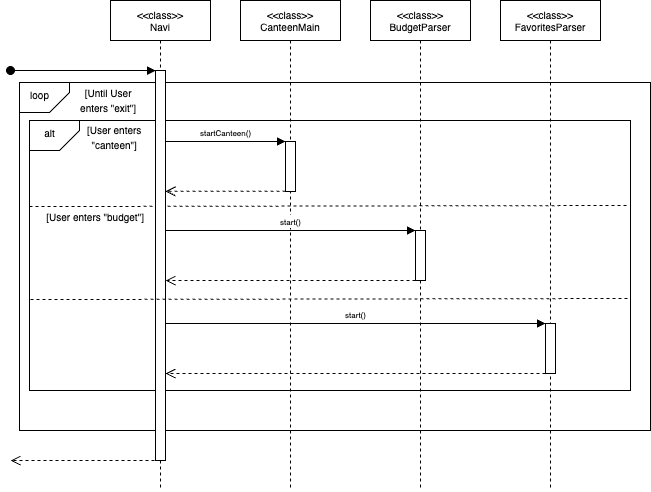
Before: docs/diagrams/NaviSequenceDiagram.drawio.png, a diagram exported from draw.io (AY2425S2-CS2113-W12-2/tp). Source tidied: cells renumbered, new cells last; positions are measured from the earlier drawing's top-left corner, leaving out a move shared by most shapes. Its diagram source:
```xml
<mxGraphModel>
  <root>
    <mxCell id="0" />
    <mxCell id="1" parent="0" />
    <mxCell id="2" style="rounded=0;whiteSpace=wrap;html=1;" parent="1" vertex="1">
      <mxGeometry x="9" y="82" width="631" height="348" as="geometry" />
    </mxCell>
    <mxCell id="3" style="rounded=0;whiteSpace=wrap;html=1;" parent="1" vertex="1">
      <mxGeometry x="19" y="120" width="601" height="270" as="geometry" />
    </mxCell>
    <mxCell id="4" style="endArrow=none;dashed=1;html=1;rounded=0;entryX=1;entryY=0.457;entryDx=0;entryDy=0;entryPerimeter=0;exitX=0.004;exitY=0.461;exitDx=0;exitDy=0;exitPerimeter=0;" parent="1" edge="1">
      <mxGeometry relative="1" as="geometry">
        <mxPoint x="19" y="206.1" as="sourcePoint" />
        <mxPoint x="617.6" y="205" as="targetPoint" />
      </mxGeometry>
    </mxCell>
    <mxCell id="5" value="&lt;div style=&quot;line-height: 100%;&quot;&gt;&lt;div&gt;&lt;font style=&quot;font-size: 10px; line-height: 100%;&quot;&gt;&amp;lt;&amp;lt;class&amp;gt;&amp;gt;&lt;/font&gt;&lt;/div&gt;&lt;font style=&quot;font-size: 10px; line-height: 100%;&quot;&gt;Navi&lt;/font&gt;&lt;/div&gt;" style="shape=umlLifeline;perimeter=lifelinePerimeter;whiteSpace=wrap;html=1;newEdgeStyle={&quot;edgeStyle&quot;:&quot;elbowEdgeStyle&quot;,&quot;elbow&quot;:&quot;vertical&quot;,&quot;curved&quot;:0,&quot;rounded&quot;:0};" parent="1" vertex="1">
      <mxGeometry x="100" width="100" height="490" as="geometry" />
    </mxCell>
    <mxCell id="6" style="html=1;points=[];perimeter=orthogonalPerimeter;outlineConnect=0;targetShapes=umlLifeline;portConstraint=eastwest;newEdgeStyle={&quot;edgeStyle&quot;:&quot;elbowEdgeStyle&quot;,&quot;elbow&quot;:&quot;vertical&quot;,&quot;curved&quot;:0,&quot;rounded&quot;:0};" parent="5" vertex="1">
      <mxGeometry x="45" y="70" width="10" height="390" as="geometry" />
    </mxCell>
    <mxCell id="7" style="html=1;verticalAlign=bottom;startArrow=oval;endArrow=block;startSize=8;edgeStyle=elbowEdgeStyle;elbow=vertical;curved=0;rounded=0;" parent="5" edge="1" target="6">
      <mxGeometry relative="1" as="geometry">
        <mxPoint x="-100" y="70" as="sourcePoint" />
      </mxGeometry>
    </mxCell>
    <mxCell id="8" value="&lt;div style=&quot;line-height: 100%;&quot;&gt;&lt;font style=&quot;font-size: 10px; line-height: 100%;&quot;&gt;&amp;lt;&amp;lt;class&amp;gt;&amp;gt;&lt;/font&gt;&lt;div&gt;&lt;font style=&quot;font-size: 10px; line-height: 100%;&quot;&gt;CanteenMain&lt;/font&gt;&lt;/div&gt;&lt;/div&gt;" style="shape=umlLifeline;perimeter=lifelinePerimeter;whiteSpace=wrap;html=1;newEdgeStyle={&quot;edgeStyle&quot;:&quot;elbowEdgeStyle&quot;,&quot;elbow&quot;:&quot;vertical&quot;,&quot;curved&quot;:0,&quot;rounded&quot;:0};size=40;" parent="1" vertex="1">
      <mxGeometry x="230" width="100" height="490" as="geometry" />
    </mxCell>
    <mxCell id="9" style="html=1;points=[];perimeter=orthogonalPerimeter;outlineConnect=0;targetShapes=umlLifeline;portConstraint=eastwest;newEdgeStyle={&quot;edgeStyle&quot;:&quot;elbowEdgeStyle&quot;,&quot;elbow&quot;:&quot;vertical&quot;,&quot;curved&quot;:0,&quot;rounded&quot;:0};" parent="8" vertex="1">
      <mxGeometry x="45" y="141" width="10" height="50" as="geometry" />
    </mxCell>
    <mxCell id="10" value="&lt;font style=&quot;font-size: 8px;&quot;&gt;startCanteen()&lt;/font&gt;" style="html=1;verticalAlign=bottom;endArrow=block;edgeStyle=elbowEdgeStyle;elbow=vertical;curved=0;rounded=0;" parent="1" edge="1" target="9">
      <mxGeometry relative="1" as="geometry">
        <mxPoint x="155" y="141" as="sourcePoint" />
        <Array as="points">
          <mxPoint x="210" y="141" />
        </Array>
      </mxGeometry>
    </mxCell>
    <mxCell id="11" style="html=1;verticalAlign=bottom;endArrow=open;dashed=1;endSize=8;edgeStyle=elbowEdgeStyle;elbow=vertical;curved=0;rounded=0;" parent="1" edge="1" source="9">
      <mxGeometry relative="1" as="geometry">
        <mxPoint x="155" y="191" as="targetPoint" />
      </mxGeometry>
    </mxCell>
    <mxCell id="12" style="shape=card;whiteSpace=wrap;html=1;rotation=90;flipV=0;flipH=1;size=20;" parent="1" vertex="1">
      <mxGeometry x="19" y="72" width="30" height="50" as="geometry" />
    </mxCell>
    <mxCell id="13" value="&lt;font style=&quot;font-size: 10px;&quot;&gt;loop&lt;/font&gt;" style="text;html=1;align=center;verticalAlign=middle;strokeColor=none;fillColor=none;" parent="1" vertex="1">
      <mxGeometry x="9" y="80" width="40" height="30" as="geometry" />
    </mxCell>
    <mxCell id="14" value="&lt;font style=&quot;font-size: 10px;&quot;&gt;&lt;font style=&quot;&quot;&gt;[Until User&amp;nbsp;&lt;/font&gt;&lt;/font&gt;&lt;div&gt;&lt;font style=&quot;font-size: 10px;&quot;&gt;&lt;font style=&quot;&quot;&gt;enters&amp;nbsp;&lt;/font&gt;&lt;span style=&quot;background-color: transparent; color: light-dark(rgb(0, 0, 0), rgb(255, 255, 255));&quot;&gt;&quot;exit&quot;]&amp;nbsp;&lt;/span&gt;&lt;/font&gt;&lt;/div&gt;" style="text;html=1;align=center;verticalAlign=middle;strokeColor=none;fillColor=none;" parent="1" vertex="1">
      <mxGeometry x="59" y="80" width="80" height="40" as="geometry" />
    </mxCell>
    <mxCell id="15" style="shape=card;whiteSpace=wrap;html=1;rotation=90;flipV=0;flipH=1;size=20;" parent="1" vertex="1">
      <mxGeometry x="29" y="110" width="30" height="50" as="geometry" />
    </mxCell>
    <mxCell id="16" value="&lt;font style=&quot;font-size: 10px;&quot;&gt;alt&lt;/font&gt;" style="text;html=1;align=center;verticalAlign=middle;strokeColor=none;fillColor=none;" parent="1" vertex="1">
      <mxGeometry x="24" y="118" width="30" height="30" as="geometry" />
    </mxCell>
    <mxCell id="17" value="&lt;font style=&quot;font-size: 10px;&quot;&gt;&lt;font style=&quot;&quot;&gt;[User enters&amp;nbsp;&lt;/font&gt;&lt;/font&gt;&lt;div&gt;&lt;font style=&quot;font-size: 10px;&quot;&gt;&lt;span style=&quot;background-color: transparent; color: light-dark(rgb(0, 0, 0), rgb(255, 255, 255));&quot;&gt;&quot;canteen&quot;]&amp;nbsp;&lt;/span&gt;&lt;/font&gt;&lt;/div&gt;" style="text;html=1;align=center;verticalAlign=middle;strokeColor=none;fillColor=none;" parent="1" vertex="1">
      <mxGeometry x="65" y="117" width="80" height="40" as="geometry" />
    </mxCell>
    <mxCell id="18" value="&lt;font style=&quot;font-size: 10px;&quot;&gt;&lt;font style=&quot;&quot;&gt;[User enters&amp;nbsp;&lt;/font&gt;&lt;span style=&quot;background-color: transparent; color: light-dark(rgb(0, 0, 0), rgb(255, 255, 255));&quot;&gt;&quot;budget&quot;]&amp;nbsp;&lt;/span&gt;&lt;/font&gt;" style="text;html=1;align=center;verticalAlign=middle;strokeColor=none;fillColor=none;" parent="1" vertex="1">
      <mxGeometry x="26" y="202" width="120" height="30" as="geometry" />
    </mxCell>
    <mxCell id="19" value="&lt;div style=&quot;line-height: 100%;&quot;&gt;&lt;font style=&quot;font-size: 10px; line-height: 100%;&quot;&gt;&amp;lt;&amp;lt;class&amp;gt;&amp;gt;&lt;/font&gt;&lt;div&gt;&lt;span style=&quot;font-size: 10px;&quot;&gt;BudgetParser&lt;/span&gt;&lt;/div&gt;&lt;/div&gt;" style="shape=umlLifeline;perimeter=lifelinePerimeter;whiteSpace=wrap;html=1;newEdgeStyle={&quot;edgeStyle&quot;:&quot;elbowEdgeStyle&quot;,&quot;elbow&quot;:&quot;vertical&quot;,&quot;curved&quot;:0,&quot;rounded&quot;:0};size=40;" parent="1" vertex="1">
      <mxGeometry x="360" width="100" height="490" as="geometry" />
    </mxCell>
    <mxCell id="20" style="html=1;perimeter=orthogonalPerimeter;targetShapes=umlLifeline;newEdgeStyle={&quot;edgeStyle&quot;:&quot;elbowEdgeStyle&quot;,&quot;elbow&quot;:&quot;vertical&quot;,&quot;curved&quot;:0,&quot;rounded&quot;:0};" parent="19" vertex="1">
      <mxGeometry x="45" y="230" width="10" height="50" as="geometry" />
    </mxCell>
    <mxCell id="21" style="endArrow=none;dashed=1;html=1;rounded=0;entryX=1;entryY=0.457;entryDx=0;entryDy=0;entryPerimeter=0;exitX=0.004;exitY=0.461;exitDx=0;exitDy=0;exitPerimeter=0;" parent="1" edge="1">
      <mxGeometry relative="1" as="geometry">
        <mxPoint x="20" y="299.1" as="sourcePoint" />
        <mxPoint x="618.6" y="298" as="targetPoint" />
      </mxGeometry>
    </mxCell>
    <mxCell id="22" value="&lt;font style=&quot;font-size: 8px;&quot;&gt;start()&lt;/font&gt;" style="html=1;verticalAlign=bottom;endArrow=block;edgeStyle=elbowEdgeStyle;elbow=vertical;curved=0;rounded=0;" parent="1" edge="1">
      <mxGeometry relative="1" as="geometry">
        <mxPoint x="155" y="230" as="sourcePoint" />
        <mxPoint x="405" y="230" as="targetPoint" />
        <Array as="points">
          <mxPoint x="245" y="230" />
        </Array>
      </mxGeometry>
    </mxCell>
    <mxCell id="23" style="html=1;verticalAlign=bottom;endArrow=open;dashed=1;endSize=8;edgeStyle=elbowEdgeStyle;elbow=vertical;curved=0;rounded=0;" parent="1" edge="1">
      <mxGeometry relative="1" as="geometry">
        <mxPoint x="405" y="280.1" as="sourcePoint" />
        <mxPoint x="155" y="280.1" as="targetPoint" />
      </mxGeometry>
    </mxCell>
    <mxCell id="24" value="&lt;div style=&quot;line-height: 100%;&quot;&gt;&lt;font style=&quot;font-size: 10px; line-height: 100%;&quot;&gt;&amp;lt;&amp;lt;class&amp;gt;&amp;gt;&lt;/font&gt;&lt;div&gt;&lt;span style=&quot;font-size: 10px;&quot;&gt;FavoritesParser&lt;/span&gt;&lt;/div&gt;&lt;/div&gt;" style="shape=umlLifeline;perimeter=lifelinePerimeter;whiteSpace=wrap;html=1;newEdgeStyle={&quot;edgeStyle&quot;:&quot;elbowEdgeStyle&quot;,&quot;elbow&quot;:&quot;vertical&quot;,&quot;curved&quot;:0,&quot;rounded&quot;:0};size=40;" parent="1" vertex="1">
      <mxGeometry x="490" width="100" height="490" as="geometry" />
    </mxCell>
    <mxCell id="25" style="html=1;points=[];perimeter=orthogonalPerimeter;outlineConnect=0;targetShapes=umlLifeline;portConstraint=eastwest;newEdgeStyle={&quot;edgeStyle&quot;:&quot;elbowEdgeStyle&quot;,&quot;elbow&quot;:&quot;vertical&quot;,&quot;curved&quot;:0,&quot;rounded&quot;:0};" parent="24" vertex="1">
      <mxGeometry x="45" y="323" width="10" height="50" as="geometry" />
    </mxCell>
    <mxCell id="26" value="&lt;font style=&quot;font-size: 8px;&quot;&gt;start()&lt;/font&gt;" style="html=1;verticalAlign=bottom;endArrow=block;edgeStyle=elbowEdgeStyle;elbow=vertical;curved=0;rounded=0;" parent="1" edge="1" target="25">
      <mxGeometry relative="1" as="geometry">
        <mxPoint x="155" y="323" as="sourcePoint" />
        <Array as="points">
          <mxPoint x="255" y="323" />
        </Array>
      </mxGeometry>
    </mxCell>
    <mxCell id="27" style="html=1;verticalAlign=bottom;endArrow=open;dashed=1;endSize=8;edgeStyle=elbowEdgeStyle;elbow=vertical;curved=0;rounded=0;" parent="1" edge="1">
      <mxGeometry relative="1" as="geometry">
        <mxPoint x="535" y="373" as="sourcePoint" />
        <mxPoint x="155" y="373" as="targetPoint" />
        <Array as="points">
          <mxPoint x="65" y="373" />
        </Array>
      </mxGeometry>
    </mxCell>
    <mxCell id="28" style="html=1;verticalAlign=bottom;endArrow=open;dashed=1;endSize=8;edgeStyle=elbowEdgeStyle;elbow=vertical;curved=0;rounded=0;" parent="1" edge="1">
      <mxGeometry relative="1" as="geometry">
        <mxPoint x="144" y="460" as="sourcePoint" />
        <mxPoint y="460" as="targetPoint" />
      </mxGeometry>
    </mxCell>
  </root>
</mxGraphModel>
```
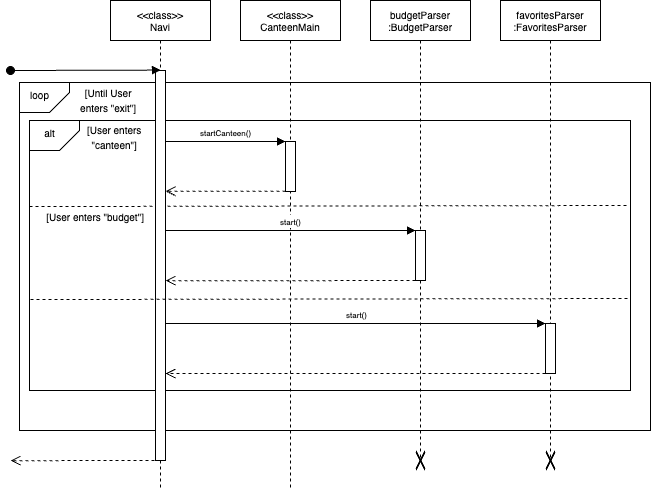
The same diagram one commit later.

Diff of the diagram source:
```diff
@@ -65,8 +65,8 @@
     <mxCell id="18" value="&lt;font style=&quot;font-size: 10px;&quot;&gt;&lt;font style=&quot;&quot;&gt;[User enters&amp;nbsp;&lt;/font&gt;&lt;span style=&quot;background-color: transparent; color: light-dark(rgb(0, 0, 0), rgb(255, 255, 255));&quot;&gt;&quot;budget&quot;]&amp;nbsp;&lt;/span&gt;&lt;/font&gt;" style="text;html=1;align=center;verticalAlign=middle;strokeColor=none;fillColor=none;" parent="1" vertex="1">
       <mxGeometry x="26" y="202" width="120" height="30" as="geometry" />
     </mxCell>
-    <mxCell id="19" value="&lt;div style=&quot;line-height: 100%;&quot;&gt;&lt;font style=&quot;font-size: 10px; line-height: 100%;&quot;&gt;&amp;lt;&amp;lt;class&amp;gt;&amp;gt;&lt;/font&gt;&lt;div&gt;&lt;span style=&quot;font-size: 10px;&quot;&gt;BudgetParser&lt;/span&gt;&lt;/div&gt;&lt;/div&gt;" style="shape=umlLifeline;perimeter=lifelinePerimeter;whiteSpace=wrap;html=1;newEdgeStyle={&quot;edgeStyle&quot;:&quot;elbowEdgeStyle&quot;,&quot;elbow&quot;:&quot;vertical&quot;,&quot;curved&quot;:0,&quot;rounded&quot;:0};size=40;" parent="1" vertex="1">
-      <mxGeometry x="360" width="100" height="490" as="geometry" />
+    <mxCell id="19" value="&lt;div style=&quot;line-height: 100%;&quot;&gt;&lt;div&gt;&lt;span style=&quot;font-size: 10px;&quot;&gt;budgetParser&lt;/span&gt;&lt;/div&gt;&lt;div&gt;&lt;span style=&quot;font-size: 10px;&quot;&gt;:BudgetParser&lt;/span&gt;&lt;/div&gt;&lt;/div&gt;" style="shape=umlLifeline;perimeter=lifelinePerimeter;whiteSpace=wrap;html=1;newEdgeStyle={&quot;edgeStyle&quot;:&quot;elbowEdgeStyle&quot;,&quot;elbow&quot;:&quot;vertical&quot;,&quot;curved&quot;:0,&quot;rounded&quot;:0};size=40;" parent="1" vertex="1">
+      <mxGeometry x="360" width="100" height="460" as="geometry" />
     </mxCell>
     <mxCell id="20" style="html=1;perimeter=orthogonalPerimeter;targetShapes=umlLifeline;newEdgeStyle={&quot;edgeStyle&quot;:&quot;elbowEdgeStyle&quot;,&quot;elbow&quot;:&quot;vertical&quot;,&quot;curved&quot;:0,&quot;rounded&quot;:0};" parent="19" vertex="1">
       <mxGeometry x="45" y="230" width="10" height="50" as="geometry" />
@@ -92,8 +92,8 @@
         <mxPoint x="155" y="280.1" as="targetPoint" />
       </mxGeometry>
     </mxCell>
-    <mxCell id="24" value="&lt;div style=&quot;line-height: 100%;&quot;&gt;&lt;font style=&quot;font-size: 10px; line-height: 100%;&quot;&gt;&amp;lt;&amp;lt;class&amp;gt;&amp;gt;&lt;/font&gt;&lt;div&gt;&lt;span style=&quot;font-size: 10px;&quot;&gt;FavoritesParser&lt;/span&gt;&lt;/div&gt;&lt;/div&gt;" style="shape=umlLifeline;perimeter=lifelinePerimeter;whiteSpace=wrap;html=1;newEdgeStyle={&quot;edgeStyle&quot;:&quot;elbowEdgeStyle&quot;,&quot;elbow&quot;:&quot;vertical&quot;,&quot;curved&quot;:0,&quot;rounded&quot;:0};size=40;" parent="1" vertex="1">
-      <mxGeometry x="490" width="100" height="490" as="geometry" />
+    <mxCell id="24" value="&lt;div style=&quot;line-height: 100%;&quot;&gt;&lt;div&gt;&lt;span style=&quot;font-size: 10px;&quot;&gt;favoritesParser&lt;/span&gt;&lt;/div&gt;&lt;div&gt;&lt;span style=&quot;font-size: 10px;&quot;&gt;:FavoritesParser&lt;/span&gt;&lt;/div&gt;&lt;/div&gt;" style="shape=umlLifeline;perimeter=lifelinePerimeter;whiteSpace=wrap;html=1;newEdgeStyle={&quot;edgeStyle&quot;:&quot;elbowEdgeStyle&quot;,&quot;elbow&quot;:&quot;vertical&quot;,&quot;curved&quot;:0,&quot;rounded&quot;:0};size=40;" parent="1" vertex="1">
+      <mxGeometry x="490" width="100" height="460" as="geometry" />
     </mxCell>
     <mxCell id="25" style="html=1;points=[];perimeter=orthogonalPerimeter;outlineConnect=0;targetShapes=umlLifeline;portConstraint=eastwest;newEdgeStyle={&quot;edgeStyle&quot;:&quot;elbowEdgeStyle&quot;,&quot;elbow&quot;:&quot;vertical&quot;,&quot;curved&quot;:0,&quot;rounded&quot;:0};" parent="24" vertex="1">
       <mxGeometry x="45" y="323" width="10" height="50" as="geometry" />
@@ -121,5 +121,11 @@
         <mxPoint y="460" as="targetPoint" />
       </mxGeometry>
     </mxCell>
+    <mxCell id="29" style="shape=mxgraph.mockup.markup.redX;fillColor=#000000;html=1;shadow=0;whiteSpace=wrap;strokeColor=none;rotation=90;" parent="1" vertex="1">
+      <mxGeometry x="400" y="455" width="20" height="10" as="geometry" />
+    </mxCell>
+    <mxCell id="30" style="shape=mxgraph.mockup.markup.redX;fillColor=#000000;html=1;shadow=0;whiteSpace=wrap;strokeColor=none;rotation=90;" parent="1" vertex="1">
+      <mxGeometry x="530" y="455" width="20" height="10" as="geometry" />
+    </mxCell>
   </root>
 </mxGraphModel>
```
